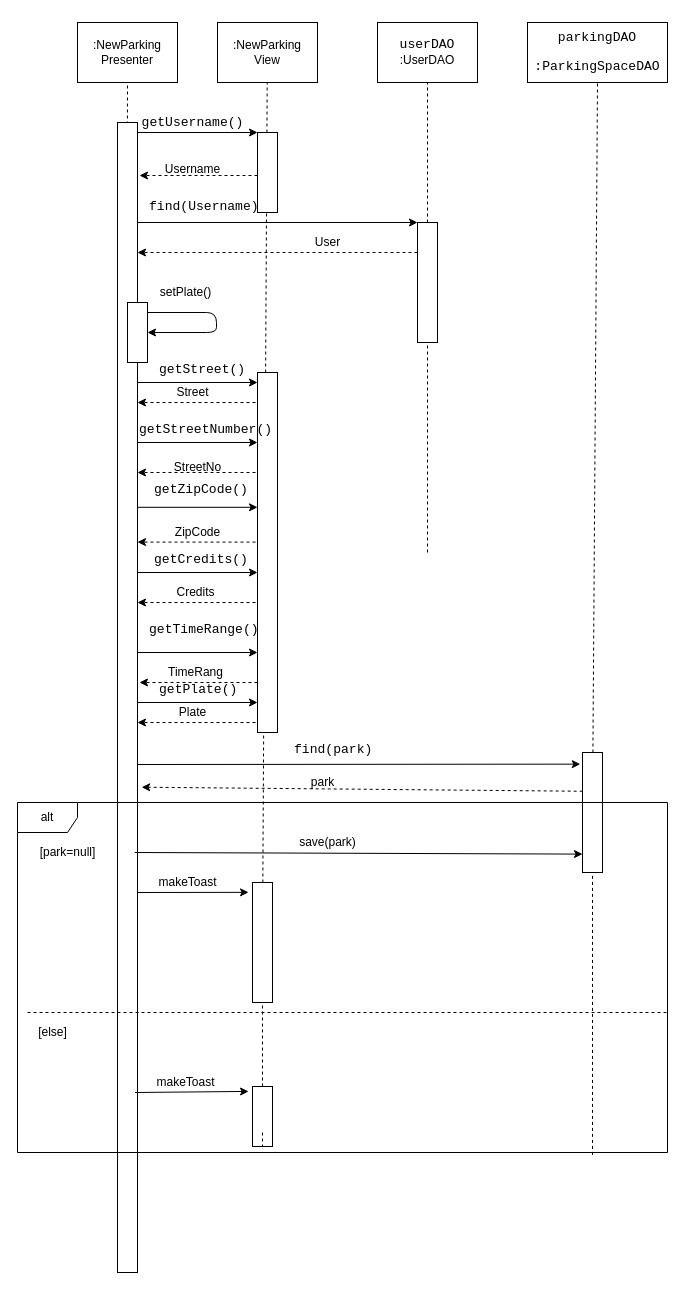
This is R4_Diagrams/Sequence Diagrams/AddYourParkingSpaceSD.drawio from ntinouldinho/Parking-App, a draw.io file, before an edit. Source tidied: cells renumbered, new cells numbered last; positions are measured from the earlier drawing's top-left corner, leaving out a move shared by most shapes. Both pictures are drawn from the tidied source at 100%, with x=0, y=0 at pixel (17, 22).
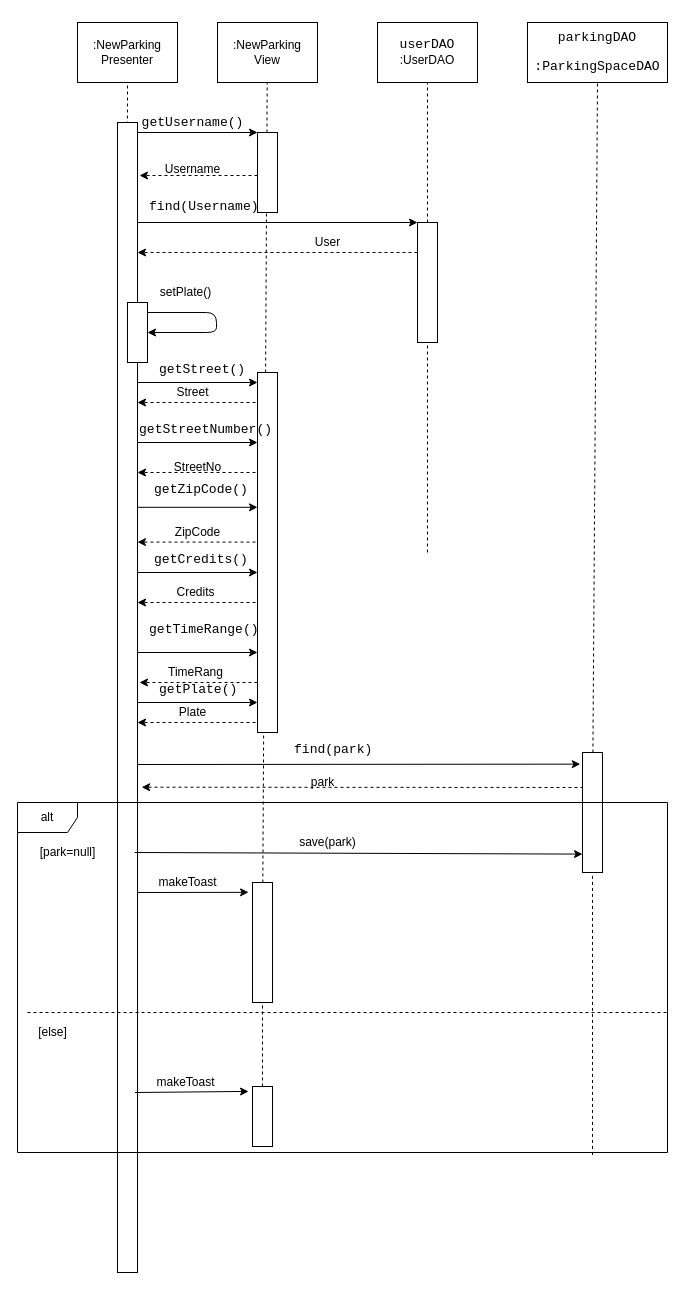
Above is the later version.

Unchanged cells that the change refers to:
```xml
<mxCell id="12" style="rounded=0;whiteSpace=wrap;html=1;" parent="1" vertex="1">
  <mxGeometry x="100" y="100" width="20" height="1150" as="geometry" />
</mxCell>
<mxCell id="40" style="rounded=0;whiteSpace=wrap;html=1;" parent="1" vertex="1">
  <mxGeometry x="565" y="730" width="20" height="120" as="geometry" />
</mxCell>
<mxCell id="56" style="rounded=0;whiteSpace=wrap;html=1;" parent="1" vertex="1">
  <mxGeometry x="235" y="1064" width="20" height="60" as="geometry" />
</mxCell>
```

Change to the diagram source:
```diff
@@
-    <mxCell id="38" style="endArrow=classic;html=1;strokeColor=#000000;dashed=1;exitX=0.009;exitY=0.323;exitDx=0;exitDy=0;exitPerimeter=0;entryX=1.208;entryY=0.578;entryDx=0;entryDy=0;entryPerimeter=0;" parent="1" edge="1" source="40" target="12">
-      <mxGeometry relative="1" as="geometry" />
+    <mxCell id="38" style="endArrow=classic;html=1;strokeColor=#000000;dashed=1;entryX=1.208;entryY=0.578;entryDx=0;entryDy=0;entryPerimeter=0;" parent="1" edge="1" target="12">
+      <mxGeometry relative="1" as="geometry">
+        <mxPoint x="566" y="765" as="sourcePoint" />
+      </mxGeometry>
     </mxCell>
@@
-    <mxCell id="57" style="endArrow=none;dashed=1;html=1;entryX=0.5;entryY=1;entryDx=0;entryDy=0;" parent="1" edge="1" target="56">
-      <mxGeometry relative="1" as="geometry">
-        <mxPoint x="245" y="1110" as="sourcePoint" />
-      </mxGeometry>
-    </mxCell>
```
